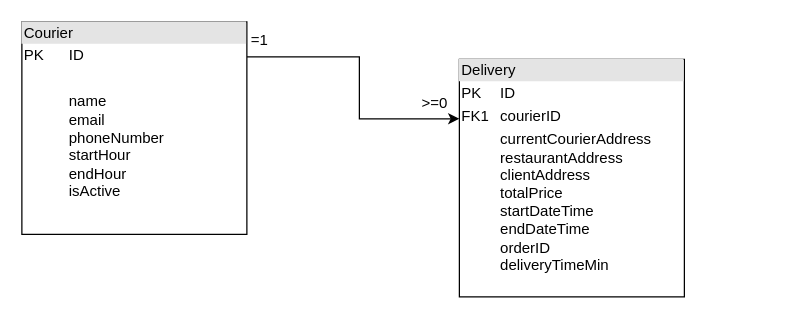
Earlier version of the draw.io diagram page "Model (Courier management)" (6 of 7) of docs/model+ui+endpoints.drawio (Uber-Summer-Practice-Sofia-2022/uber-summer-practice-docs-faq). Source tidied: cells renumbered, new cells numbered last; positions are measured from the earlier drawing's top-left corner, leaving out a move shared by most shapes. Both pictures are drawn from the tidied source at 125%, with x=0, y=0 at pixel (21, 21).
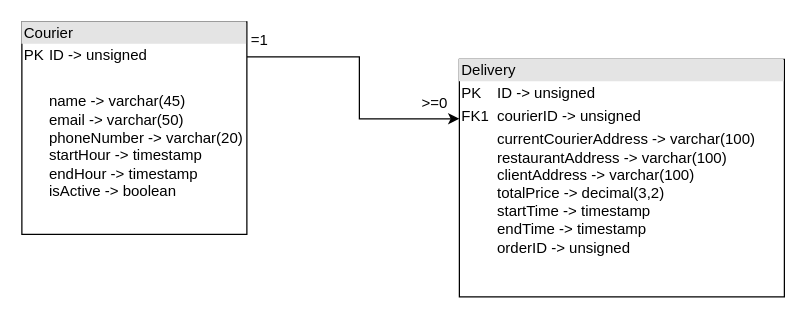
After the change.

The edit, as a diff of the source:
```diff
@@
 <mxGraphModel>
   <root>
     <mxCell id="0" />
     <mxCell id="1" parent="0" />
     <mxCell id="2" style="edgeStyle=orthogonalEdgeStyle;rounded=0;jettySize=auto;html=1;entryX=0;entryY=0.25;entryDx=0;entryDy=0;" parent="1" edge="1" source="3" target="4">
       <mxGeometry relative="1" as="geometry">
         <Array as="points">
           <mxPoint x="270" y="28" />
         </Array>
       </mxGeometry>
     </mxCell>
-    <mxCell id="3" value="&lt;div style=&quot;box-sizing:border-box;width:100%;background:#e4e4e4;padding:2px;&quot;&gt;Courier&lt;/div&gt;&lt;table style=&quot;width:100%;font-size:1em;&quot; cellpadding=&quot;2&quot; cellspacing=&quot;0&quot;&gt;&lt;tbody&gt;&lt;tr&gt;&lt;td&gt;PK&lt;/td&gt;&lt;td&gt;ID&lt;/td&gt;&lt;/tr&gt;&lt;tr&gt;&lt;td&gt;&lt;br&gt;&lt;/td&gt;&lt;td&gt;&lt;br&gt;&lt;/td&gt;&lt;/tr&gt;&lt;tr&gt;&lt;td&gt;&lt;/td&gt;&lt;td&gt;name&lt;br&gt;email&lt;br&gt;phoneNumber&lt;br&gt;startHour&lt;br&gt;endHour&lt;br&gt;isActive&lt;br&gt;&lt;br&gt;&lt;br&gt;&lt;/td&gt;&lt;/tr&gt;&lt;/tbody&gt;&lt;/table&gt;" style="verticalAlign=top;align=left;overflow=fill;html=1;" parent="1" vertex="1">
+    <mxCell id="3" value="&lt;div style=&quot;box-sizing:border-box;width:100%;background:#e4e4e4;padding:2px;&quot;&gt;Courier&lt;/div&gt;&lt;table style=&quot;width:100%;font-size:1em;&quot; cellpadding=&quot;2&quot; cellspacing=&quot;0&quot;&gt;&lt;tbody&gt;&lt;tr&gt;&lt;td&gt;PK&lt;/td&gt;&lt;td&gt;ID -&amp;gt; unsigned&lt;/td&gt;&lt;/tr&gt;&lt;tr&gt;&lt;td&gt;&lt;br&gt;&lt;/td&gt;&lt;td&gt;&lt;br&gt;&lt;/td&gt;&lt;/tr&gt;&lt;tr&gt;&lt;td&gt;&lt;/td&gt;&lt;td&gt;name -&amp;gt; varchar(45)&lt;br&gt;email -&amp;gt; varchar(50)&lt;br&gt;phoneNumber -&amp;gt; varchar(20)&lt;br&gt;startHour -&amp;gt; timestamp&lt;br&gt;endHour -&amp;gt; timestamp&lt;br&gt;isActive -&amp;gt; boolean&lt;br&gt;&lt;br&gt;&lt;br&gt;&lt;/td&gt;&lt;/tr&gt;&lt;/tbody&gt;&lt;/table&gt;" style="verticalAlign=top;align=left;overflow=fill;html=1;" parent="1" vertex="1">
       <mxGeometry width="180" height="170" as="geometry" />
     </mxCell>
-    <mxCell id="4" value="&lt;div style=&quot;box-sizing:border-box;width:100%;background:#e4e4e4;padding:2px;&quot;&gt;Delivery&lt;/div&gt;&lt;table style=&quot;width:100%;font-size:1em;&quot; cellpadding=&quot;2&quot; cellspacing=&quot;0&quot;&gt;&lt;tbody&gt;&lt;tr&gt;&lt;td&gt;PK&lt;/td&gt;&lt;td&gt;ID&lt;/td&gt;&lt;/tr&gt;&lt;tr&gt;&lt;td&gt;FK1&lt;/td&gt;&lt;td&gt;courierID&lt;/td&gt;&lt;/tr&gt;&lt;tr&gt;&lt;td&gt;&lt;span style=&quot;white-space: pre;&quot;&gt; &lt;/span&gt;&lt;/td&gt;&lt;td&gt;currentCourierAddress&lt;br&gt;restaurantAddress&lt;br&gt;clientAddress&lt;br&gt;totalPrice&lt;br&gt;startDateTime&lt;br&gt;endDateTime&lt;br&gt;orderID&lt;br&gt;deliveryTimeMin&lt;br&gt;&lt;br&gt;&lt;/td&gt;&lt;/tr&gt;&lt;/tbody&gt;&lt;/table&gt;" style="verticalAlign=top;align=left;overflow=fill;html=1;" parent="1" vertex="1">
-      <mxGeometry x="350" y="30" width="180" height="190" as="geometry" />
+    <mxCell id="4" value="&lt;div style=&quot;box-sizing:border-box;width:100%;background:#e4e4e4;padding:2px;&quot;&gt;Delivery&lt;/div&gt;&lt;table style=&quot;width:100%;font-size:1em;&quot; cellpadding=&quot;2&quot; cellspacing=&quot;0&quot;&gt;&lt;tbody&gt;&lt;tr&gt;&lt;td&gt;PK&lt;/td&gt;&lt;td&gt;ID -&amp;gt; unsigned&lt;/td&gt;&lt;/tr&gt;&lt;tr&gt;&lt;td&gt;FK1&lt;/td&gt;&lt;td&gt;courierID -&amp;gt; unsigned&lt;/td&gt;&lt;/tr&gt;&lt;tr&gt;&lt;td&gt;&lt;span style=&quot;white-space: pre;&quot;&gt; &lt;/span&gt;&lt;/td&gt;&lt;td&gt;currentCourierAddress -&amp;gt; varchar(100)&lt;br&gt;restaurantAddress -&amp;gt; varchar(100)&lt;br&gt;clientAddress -&amp;gt; varchar(100)&lt;br&gt;totalPrice -&amp;gt; decimal(3,2)&lt;br&gt;startTime -&amp;gt; timestamp&lt;br&gt;endTime -&amp;gt; timestamp&lt;br&gt;orderID -&amp;gt; unsigned&lt;br&gt;&lt;br&gt;&lt;/td&gt;&lt;/tr&gt;&lt;/tbody&gt;&lt;/table&gt;" style="verticalAlign=top;align=left;overflow=fill;html=1;" parent="1" vertex="1">
+      <mxGeometry x="350" y="30" width="260" height="190" as="geometry" />
     </mxCell>
     <mxCell id="5" value="=1&lt;br&gt;" style="text;html=1;align=center;verticalAlign=middle;strokeColor=none;fillColor=none;" parent="1" vertex="1">
       <mxGeometry x="170" width="40" height="30" as="geometry" />
     </mxCell>
     <mxCell id="6" value="&amp;gt;=0" style="text;html=1;align=center;verticalAlign=middle;strokeColor=none;fillColor=none;" parent="1" vertex="1">
       <mxGeometry x="310" y="50" width="40" height="30" as="geometry" />
     </mxCell>
   </root>
 </mxGraphModel>
```
